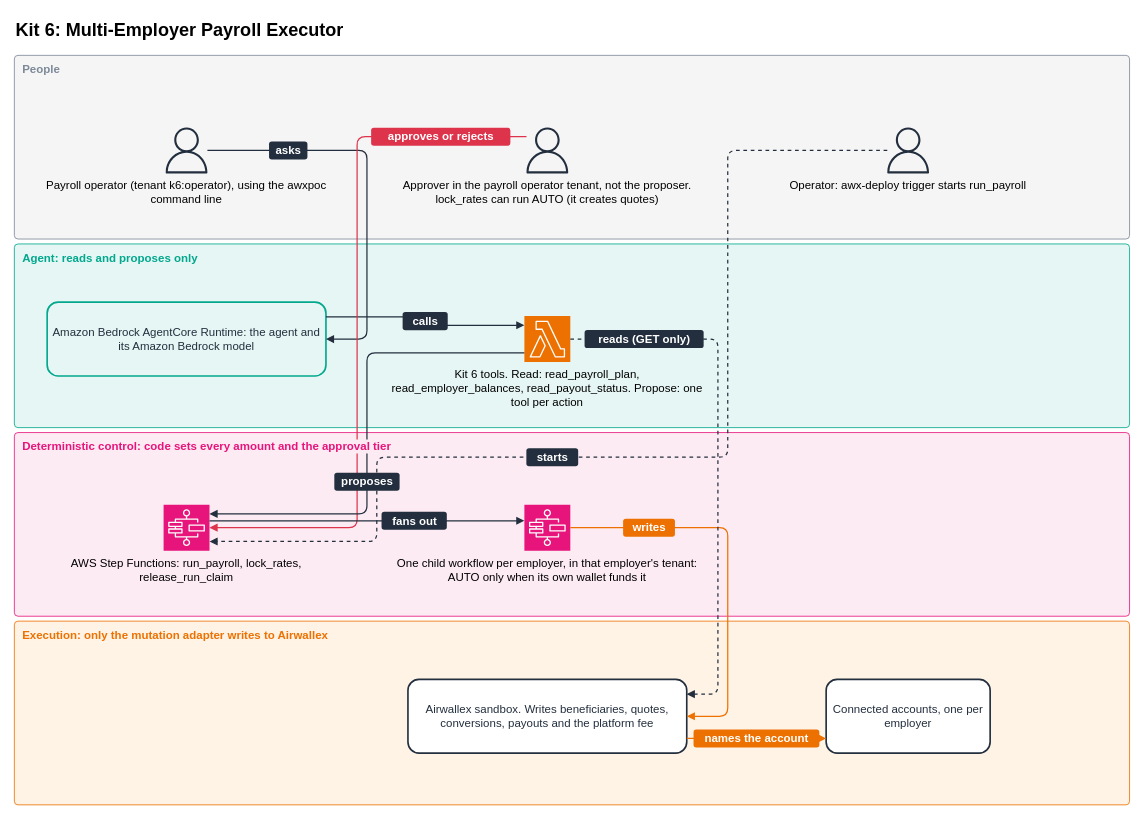
Before: docs/architecture/overview/k6_payroll.drawio in awx-devx/airwallex-agentic-banking-aws, a draw.io diagram. Source tidied: cells renumbered, new cells numbered last; positions are measured from the earlier drawing's top-left corner, leaving out a move shared by most shapes. Both pictures are drawn from the tidied source at 82%, with x=0, y=0 at pixel (14, 14).
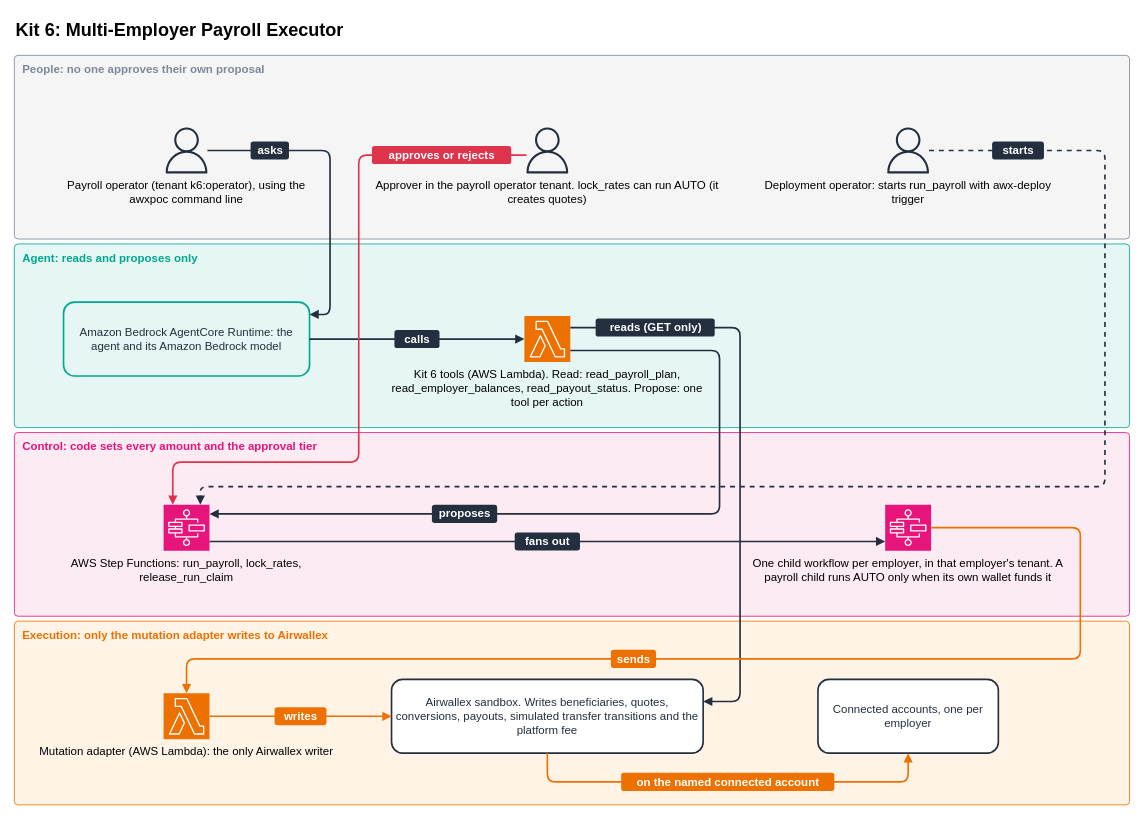
The same diagram, later.

Unchanged cells that the change refers to:
```xml
<mxCell id="7" style="sketch=0;outlineConnect=0;fontColor=#232F3E;fillColor=#232F3E;strokeColor=none;dashed=0;html=1;shape=mxgraph.aws4.user;" parent="1" vertex="1">
  <mxGeometry x="182" y="138" width="56" height="56" as="geometry" />
</mxCell>
<mxCell id="9" style="sketch=0;outlineConnect=0;fontColor=#232F3E;fillColor=#232F3E;strokeColor=none;dashed=0;html=1;shape=mxgraph.aws4.user;" parent="1" vertex="1">
  <mxGeometry x="622" y="138" width="56" height="56" as="geometry" />
</mxCell>
<mxCell id="12" style="sketch=0;outlineConnect=0;fontColor=#232F3E;fillColor=#ED7100;strokeColor=#ffffff;dashed=0;html=1;shape=mxgraph.aws4.resourceIcon;resIcon=mxgraph.aws4.lambda;" parent="1" vertex="1">
  <mxGeometry x="622" y="368" width="56" height="56" as="geometry" />
</mxCell>
<mxCell id="14" style="sketch=0;outlineConnect=0;fontColor=#232F3E;fillColor=#E7157B;strokeColor=#ffffff;dashed=0;html=1;shape=mxgraph.aws4.resourceIcon;resIcon=mxgraph.aws4.step_functions;" parent="1" vertex="1">
  <mxGeometry x="182" y="598" width="56" height="56" as="geometry" />
</mxCell>
```

The edit, as a diff of the source:
```diff
@@
     <mxCell id="8" value="Payroll operator (tenant k6:operator), using the awxpoc command line" style="text;html=1;whiteSpace=wrap;verticalAlign=top;align=left;fontSize=11;align=center;verticalAlign=top;spacing=0;fontSize=14;" parent="1" vertex="1">
-      <mxGeometry x="20" y="196" width="380" height="62" as="geometry" />
+      <mxGeometry x="50" y="196" width="320" height="62" as="geometry" />
     </mxCell>
@@
-    <mxCell id="10" value="Approver in the payroll operator tenant, not the proposer. lock_rates can run AUTO (it creates quotes)" style="text;html=1;whiteSpace=wrap;verticalAlign=top;align=left;fontSize=11;align=center;verticalAlign=top;spacing=0;fontSize=14;" parent="1" vertex="1">
-      <mxGeometry x="460" y="196" width="380" height="62" as="geometry" />
+    <mxCell id="10" value="Approver in the payroll operator tenant. lock_rates can run AUTO (it creates quotes)" style="text;html=1;whiteSpace=wrap;verticalAlign=top;align=left;fontSize=11;align=center;verticalAlign=top;spacing=0;fontSize=14;" parent="1" vertex="1">
+      <mxGeometry x="440" y="196" width="420" height="62" as="geometry" />
     </mxCell>
     <mxCell id="11" value="Amazon Bedrock AgentCore Runtime: the agent and its Amazon Bedrock model" style="rounded=1;whiteSpace=wrap;html=1;fillColor=#E6F6F4;strokeColor=#01A88D;strokeWidth=2;fontSize=14;fontColor=#232F3E;spacing=4;" parent="1" vertex="1">
-      <mxGeometry x="40" y="351" width="340" height="90" as="geometry" />
+      <mxGeometry x="60" y="351" width="300" height="90" as="geometry" />
     </mxCell>
@@
-    <mxCell id="13" value="Kit 6 tools. Read: read_payroll_plan, read_employer_balances, read_payout_status. Propose: one tool per action" style="text;html=1;whiteSpace=wrap;verticalAlign=top;align=left;fontSize=11;align=center;verticalAlign=top;spacing=0;fontSize=14;" parent="1" vertex="1">
+    <mxCell id="13" value="Kit 6 tools (AWS Lambda). Read: read_payroll_plan, read_employer_balances, read_payout_status. Propose: one tool per action" style="text;html=1;whiteSpace=wrap;verticalAlign=top;align=left;fontSize=11;align=center;verticalAlign=top;spacing=0;fontSize=14;" parent="1" vertex="1">
       <mxGeometry x="460" y="426" width="380" height="62" as="geometry" />
     </mxCell>
@@
-    <mxCell id="16" value="Airwallex sandbox. Writes beneficiaries, quotes, conversions, payouts and the platform fee" style="rounded=1;whiteSpace=wrap;html=1;fillColor=#FFFFFF;strokeColor=#232F3E;strokeWidth=2;fontSize=14;fontColor=#232F3E;spacing=4;" parent="1" vertex="1">
-      <mxGeometry x="480" y="811" width="340" height="90" as="geometry" />
+    <mxCell id="16" style="sketch=0;outlineConnect=0;fontColor=#232F3E;fillColor=#ED7100;strokeColor=#ffffff;dashed=0;html=1;shape=mxgraph.aws4.resourceIcon;resIcon=mxgraph.aws4.lambda;" parent="1" vertex="1">
+      <mxGeometry x="182" y="828" width="56" height="56" as="geometry" />
     </mxCell>
+    <mxCell id="44" value="Mutation adapter (AWS Lambda): the only Airwallex writer" style="text;html=1;whiteSpace=wrap;verticalAlign=top;align=left;fontSize=11;align=center;verticalAlign=top;spacing=0;fontSize=14;" parent="1" vertex="1">
+      <mxGeometry x="20" y="886" width="380" height="62" as="geometry" />
+    </mxCell>
+    <mxCell id="18" value="Airwallex sandbox. Writes beneficiaries, quotes, conversions, payouts, simulated transfer transitions and the platform fee" style="rounded=1;whiteSpace=wrap;html=1;fillColor=#FFFFFF;strokeColor=#232F3E;strokeWidth=2;fontSize=14;fontColor=#232F3E;spacing=4;" parent="1" vertex="1">
+      <mxGeometry x="460" y="811" width="380" height="90" as="geometry" />
+    </mxCell>
     <mxCell id="17" value="Connected accounts, one per employer" style="rounded=1;whiteSpace=wrap;html=1;fillColor=#FFFFFF;strokeColor=#232F3E;strokeWidth=2;fontSize=14;fontColor=#232F3E;spacing=4;" parent="1" vertex="1">
-      <mxGeometry x="990" y="811" width="200" height="90" as="geometry" />
+      <mxGeometry x="980" y="811" width="220" height="90" as="geometry" />
     </mxCell>
-    <mxCell id="18" style="sketch=0;outlineConnect=0;fontColor=#232F3E;fillColor=#232F3E;strokeColor=none;dashed=0;html=1;shape=mxgraph.aws4.user;" parent="1" vertex="1">
-      <mxGeometry x="1062" y="138" width="56" height="56" as="geometry" />
-    </mxCell>
-    <mxCell id="19" value="Operator: awx-deploy trigger starts run_payroll" style="text;html=1;whiteSpace=wrap;verticalAlign=top;align=left;fontSize=11;align=center;verticalAlign=top;spacing=0;fontSize=14;" parent="1" vertex="1">
-      <mxGeometry x="900" y="196" width="380" height="62" as="geometry" />
-    </mxCell>
-    <mxCell id="20" style="sketch=0;outlineConnect=0;fontColor=#232F3E;fillColor=#E7157B;strokeColor=#ffffff;dashed=0;html=1;shape=mxgraph.aws4.resourceIcon;resIcon=mxgraph.aws4.step_functions;" parent="1" vertex="1">
-      <mxGeometry x="622" y="598" width="56" height="56" as="geometry" />
+    <mxCell id="20" style="sketch=0;outlineConnect=0;fontColor=#232F3E;fillColor=#232F3E;strokeColor=none;dashed=0;html=1;shape=mxgraph.aws4.user;" parent="1" vertex="1">
+      <mxGeometry x="1062" y="138" width="56" height="56" as="geometry" />
     </mxCell>
-    <mxCell id="21" value="One child workflow per employer, in that employer's tenant: AUTO only when its own wallet funds it" style="text;html=1;whiteSpace=wrap;verticalAlign=top;align=left;fontSize=11;align=center;verticalAlign=top;spacing=0;fontSize=14;" parent="1" vertex="1">
-      <mxGeometry x="460" y="656" width="380" height="62" as="geometry" />
+    <mxCell id="21" value="Deployment operator: starts run_payroll with awx-deploy trigger" style="text;html=1;whiteSpace=wrap;verticalAlign=top;align=left;fontSize=11;align=center;verticalAlign=top;spacing=0;fontSize=14;" parent="1" vertex="1">
+      <mxGeometry x="900" y="196" width="380" height="62" as="geometry" />
     </mxCell>
-    <mxCell id="22" style="edgeStyle=orthogonalEdgeStyle;rounded=1;html=1;endArrow=block;endFill=1;strokeWidth=1.5;strokeColor=#232F3E;exitX=1;exitY=0.5;entryX=1;entryY=0.5;exitDx=0;exitDy=0;entryDx=0;entryDy=0;" parent="1" edge="1" source="7" target="11">
-      <mxGeometry relative="1" as="geometry">
-        <Array as="points">
-          <mxPoint x="430" y="166" />
-          <mxPoint x="430" y="396" />
-        </Array>
-      </mxGeometry>
-    </mxCell>
-    <mxCell id="23" style="edgeStyle=orthogonalEdgeStyle;rounded=1;html=1;endArrow=block;endFill=1;strokeWidth=1.5;strokeColor=#232F3E;exitX=1;exitY=0.2;entryX=0;entryY=0.2;exitDx=0;exitDy=0;entryDx=0;entryDy=0;" parent="1" edge="1" source="11" target="12">
-      <mxGeometry relative="1" as="geometry" />
-    </mxCell>
+    <mxCell id="45" style="sketch=0;outlineConnect=0;fontColor=#232F3E;fillColor=#E7157B;strokeColor=#ffffff;dashed=0;html=1;shape=mxgraph.aws4.resourceIcon;resIcon=mxgraph.aws4.step_functions;" parent="1" vertex="1">
+      <mxGeometry x="1062" y="598" width="56" height="56" as="geometry" />
+    </mxCell>
+    <mxCell id="46" value="One child workflow per employer, in that employer's tenant. A payroll child runs AUTO only when its own wallet funds it" style="text;html=1;whiteSpace=wrap;verticalAlign=top;align=left;fontSize=11;align=center;verticalAlign=top;spacing=0;fontSize=14;" parent="1" vertex="1">
+      <mxGeometry x="900" y="656" width="380" height="62" as="geometry" />
+    </mxCell>
-    <mxCell id="24" style="edgeStyle=orthogonalEdgeStyle;rounded=1;html=1;endArrow=block;endFill=1;strokeWidth=1.5;strokeColor=#DD344C;exitX=0;exitY=0.2;entryX=1;entryY=0.5;exitDx=0;exitDy=0;entryDx=0;entryDy=0;" parent="1" edge="1" source="9" target="14">
+    <mxCell id="24" style="edgeStyle=orthogonalEdgeStyle;rounded=1;html=1;endArrow=block;endFill=1;strokeWidth=2;strokeColor=#232F3E;exitX=1;exitY=0.5;entryX=1;entryY=0.16666666666666666;exitDx=0;exitDy=0;entryDx=0;entryDy=0;" parent="1" edge="1" source="7" target="11">
       <mxGeometry relative="1" as="geometry">
         <Array as="points">
-          <mxPoint x="418" y="149.2" />
-          <mxPoint x="418" y="626" />
+          <mxPoint x="385" y="166" />
+          <mxPoint x="385" y="366" />
         </Array>
       </mxGeometry>
     </mxCell>
-    <mxCell id="25" style="edgeStyle=orthogonalEdgeStyle;rounded=1;html=1;endArrow=block;endFill=1;strokeWidth=1.5;strokeColor=#232F3E;exitX=0;exitY=0.8;entryX=1;entryY=0.2;exitDx=0;exitDy=0;entryDx=0;entryDy=0;" parent="1" edge="1" source="12" target="14">
-      <mxGeometry relative="1" as="geometry">
-        <Array as="points">
-          <mxPoint x="430" y="412.8" />
-          <mxPoint x="430" y="609.2" />
-        </Array>
-      </mxGeometry>
+    <mxCell id="25" style="edgeStyle=orthogonalEdgeStyle;rounded=1;html=1;endArrow=block;endFill=1;strokeWidth=2;strokeColor=#232F3E;exitX=1;exitY=0.5;entryX=0;entryY=0.5;exitDx=0;exitDy=0;entryDx=0;entryDy=0;" parent="1" edge="1" source="11" target="12">
+      <mxGeometry relative="1" as="geometry" />
     </mxCell>
-    <mxCell id="26" style="edgeStyle=orthogonalEdgeStyle;rounded=1;html=1;endArrow=block;endFill=1;strokeWidth=1.5;strokeColor=#232F3E;exitX=0;exitY=0.5;entryX=1;entryY=0.8;exitDx=0;exitDy=0;entryDx=0;entryDy=0;dashed=1;" parent="1" edge="1" source="18" target="14">
+    <mxCell id="26" style="edgeStyle=orthogonalEdgeStyle;rounded=1;html=1;endArrow=block;endFill=1;strokeWidth=2;strokeColor=#DD344C;exitX=0;exitY=0.6;entryX=0.2;entryY=0;exitDx=0;exitDy=0;entryDx=0;entryDy=0;" parent="1" edge="1" source="9" target="14">
       <mxGeometry relative="1" as="geometry">
         <Array as="points">
-          <mxPoint x="870" y="166" />
-          <mxPoint x="870" y="540" />
-          <mxPoint x="442" y="540" />
-          <mxPoint x="442" y="642.8" />
+          <mxPoint x="420" y="171.6" />
+          <mxPoint x="420" y="546" />
+          <mxPoint x="193.2" y="546" />
         </Array>
       </mxGeometry>
     </mxCell>
-    <mxCell id="27" style="edgeStyle=orthogonalEdgeStyle;rounded=1;html=1;endArrow=block;endFill=1;strokeWidth=1.5;strokeColor=#232F3E;exitX=1;exitY=0.35;entryX=0;entryY=0.35;exitDx=0;exitDy=0;entryDx=0;entryDy=0;" parent="1" edge="1" source="14" target="20">
-      <mxGeometry relative="1" as="geometry" />
+    <mxCell id="27" style="edgeStyle=orthogonalEdgeStyle;rounded=1;html=1;endArrow=block;endFill=1;strokeWidth=2;strokeColor=#232F3E;exitX=1;exitY=0.75;entryX=1;entryY=0.2;exitDx=0;exitDy=0;entryDx=0;entryDy=0;" parent="1" edge="1" source="12" target="14">
+      <mxGeometry relative="1" as="geometry">
+        <Array as="points">
+          <mxPoint x="860" y="410" />
+          <mxPoint x="860" y="609.2" />
+        </Array>
+      </mxGeometry>
     </mxCell>
-    <mxCell id="28" style="edgeStyle=orthogonalEdgeStyle;rounded=1;html=1;endArrow=block;endFill=1;strokeWidth=1.5;strokeColor=#ED7100;exitX=1;exitY=0.5;entryX=1;entryY=0.5;exitDx=0;exitDy=0;entryDx=0;entryDy=0;" parent="1" edge="1" source="20" target="16">
+    <mxCell id="28" style="edgeStyle=orthogonalEdgeStyle;rounded=1;html=1;endArrow=block;endFill=1;strokeWidth=2;strokeColor=#232F3E;exitX=1;exitY=0.25;entryX=1;entryY=0.3;exitDx=0;exitDy=0;entryDx=0;entryDy=0;" parent="1" edge="1" source="12" target="18">
       <mxGeometry relative="1" as="geometry">
         <Array as="points">
-          <mxPoint x="870" y="626" />
-          <mxPoint x="870" y="856" />
+          <mxPoint x="885" y="382" />
+          <mxPoint x="885" y="838" />
         </Array>
       </mxGeometry>
     </mxCell>
-    <mxCell id="29" style="edgeStyle=orthogonalEdgeStyle;rounded=1;html=1;endArrow=block;endFill=1;strokeWidth=1.5;strokeColor=#232F3E;exitX=1;exitY=0.5;entryX=1;entryY=0.2;exitDx=0;exitDy=0;entryDx=0;entryDy=0;dashed=1;" parent="1" edge="1" source="12" target="16">
+    <mxCell id="29" style="edgeStyle=orthogonalEdgeStyle;rounded=1;html=1;endArrow=block;endFill=1;strokeWidth=2;strokeColor=#232F3E;exitX=1;exitY=0.5;entryX=0.8;entryY=0;exitDx=0;exitDy=0;entryDx=0;entryDy=0;dashed=1;" parent="1" edge="1" source="20" target="14">
       <mxGeometry relative="1" as="geometry">
         <Array as="points">
-          <mxPoint x="858" y="396" />
-          <mxPoint x="858" y="829" />
+          <mxPoint x="1330" y="166" />
+          <mxPoint x="1330" y="576" />
+          <mxPoint x="226.8" y="576" />
         </Array>
       </mxGeometry>
     </mxCell>
-    <mxCell id="30" style="edgeStyle=orthogonalEdgeStyle;rounded=1;html=1;endArrow=block;endFill=1;strokeWidth=1.5;strokeColor=#ED7100;exitX=1;exitY=0.8;entryX=0;entryY=0.8;exitDx=0;exitDy=0;entryDx=0;entryDy=0;" parent="1" edge="1" source="16" target="17">
+    <mxCell id="30" style="edgeStyle=orthogonalEdgeStyle;rounded=1;html=1;endArrow=block;endFill=1;strokeWidth=2;strokeColor=#232F3E;exitX=1;exitY=0.8;entryX=0;entryY=0.8;exitDx=0;exitDy=0;entryDx=0;entryDy=0;" parent="1" edge="1" source="14" target="45">
       <mxGeometry relative="1" as="geometry" />
     </mxCell>
-    <mxCell id="31" value="People" style="text;html=1;whiteSpace=wrap;verticalAlign=top;align=left;fontSize=11;fontSize=14;fontStyle=1;fontColor=#7D8998;whiteSpace=nowrap;labelBackgroundColor=#F5F5F5;" parent="1" vertex="1">
-      <mxGeometry x="8" y="52" width="760" height="22" as="geometry" />
-    </mxCell>
+    <mxCell id="47" style="edgeStyle=orthogonalEdgeStyle;rounded=1;html=1;endArrow=block;endFill=1;strokeWidth=2;strokeColor=#ED7100;exitX=1;exitY=0.5;entryX=0.5;entryY=0;exitDx=0;exitDy=0;entryDx=0;entryDy=0;" parent="1" edge="1" source="45" target="16">
+      <mxGeometry relative="1" as="geometry">
+        <Array as="points">
+          <mxPoint x="1300" y="626" />
+          <mxPoint x="1300" y="786" />
+          <mxPoint x="210" y="786" />
+        </Array>
+      </mxGeometry>
+    </mxCell>
+    <mxCell id="48" style="edgeStyle=orthogonalEdgeStyle;rounded=1;html=1;endArrow=block;endFill=1;strokeWidth=2;strokeColor=#ED7100;exitX=1;exitY=0.5;entryX=0;entryY=0.5;exitDx=0;exitDy=0;entryDx=0;entryDy=0;" parent="1" edge="1" source="16" target="18">
+      <mxGeometry relative="1" as="geometry" />
+    </mxCell>
+    <mxCell id="49" style="edgeStyle=orthogonalEdgeStyle;rounded=1;html=1;endArrow=block;endFill=1;strokeWidth=2;strokeColor=#ED7100;exitX=0.5;exitY=1;entryX=0.5;entryY=1;exitDx=0;exitDy=0;entryDx=0;entryDy=0;" parent="1" edge="1" source="18" target="17">
+      <mxGeometry relative="1" as="geometry">
+        <Array as="points">
+          <mxPoint x="650" y="936" />
+          <mxPoint x="1090" y="936" />
+        </Array>
+      </mxGeometry>
+    </mxCell>
+    <mxCell id="50" value="People: no one approves their own proposal" style="text;html=1;whiteSpace=wrap;verticalAlign=top;align=left;fontSize=11;fontSize=14;fontStyle=1;fontColor=#7D8998;whiteSpace=nowrap;labelBackgroundColor=#F5F5F5;" parent="1" vertex="1">
+      <mxGeometry x="8" y="52" width="760" height="22" as="geometry" />
+    </mxCell>
@@
-    <mxCell id="33" value="Deterministic control: code sets every amount and the approval tier" style="text;html=1;whiteSpace=wrap;verticalAlign=top;align=left;fontSize=11;fontSize=14;fontStyle=1;fontColor=#E7157B;whiteSpace=nowrap;labelBackgroundColor=#FDEBF3;" parent="1" vertex="1">
-      <mxGeometry x="8" y="512" width="760" height="22" as="geometry" />
-    </mxCell>
+    <mxCell id="51" value="Control: code sets every amount and the approval tier" style="text;html=1;whiteSpace=wrap;verticalAlign=top;align=left;fontSize=11;fontSize=14;fontStyle=1;fontColor=#E7157B;whiteSpace=nowrap;labelBackgroundColor=#FDEBF3;" parent="1" vertex="1">
+      <mxGeometry x="8" y="512" width="760" height="22" as="geometry" />
+    </mxCell>
@@
-    <mxCell id="35" value="asks" style="text;html=1;align=center;verticalAlign=middle;fontSize=14;fontStyle=1;fontColor=#FFFFFF;fillColor=#232F3E;strokeColor=none;rounded=1;" parent="1" vertex="1">
-      <mxGeometry x="310.6" y="155" width="46.8" height="22" as="geometry" />
-    </mxCell>
-    <mxCell id="36" value="calls" style="text;html=1;align=center;verticalAlign=middle;fontSize=14;fontStyle=1;fontColor=#FFFFFF;fillColor=#232F3E;strokeColor=none;rounded=1;" parent="1" vertex="1">
-      <mxGeometry x="473.5" y="363.1" width="55" height="22" as="geometry" />
-    </mxCell>
-    <mxCell id="37" value="approves or rejects" style="text;html=1;align=center;verticalAlign=middle;fontSize=14;fontStyle=1;fontColor=#FFFFFF;fillColor=#DD344C;strokeColor=none;rounded=1;" parent="1" vertex="1">
-      <mxGeometry x="435.1" y="138.2" width="169.8" height="22" as="geometry" />
-    </mxCell>
-    <mxCell id="38" value="proposes" style="text;html=1;align=center;verticalAlign=middle;fontSize=14;fontStyle=1;fontColor=#FFFFFF;fillColor=#232F3E;strokeColor=none;rounded=1;" parent="1" vertex="1">
-      <mxGeometry x="390.2" y="558.9" width="79.6" height="22" as="geometry" />
+    <mxCell id="38" value="asks" style="text;html=1;align=center;verticalAlign=middle;fontSize=14;fontStyle=1;fontColor=#FFFFFF;fillColor=#232F3E;strokeColor=none;rounded=1;" parent="1" vertex="1">
+      <mxGeometry x="288.1" y="155" width="46.8" height="22" as="geometry" />
     </mxCell>
-    <mxCell id="39" value="starts" style="text;html=1;align=center;verticalAlign=middle;fontSize=14;fontStyle=1;fontColor=#FFFFFF;fillColor=#232F3E;strokeColor=none;rounded=1;" parent="1" vertex="1">
-      <mxGeometry x="624.4" y="529" width="63.2" height="22" as="geometry" />
+    <mxCell id="39" value="calls" style="text;html=1;align=center;verticalAlign=middle;fontSize=14;fontStyle=1;fontColor=#FFFFFF;fillColor=#232F3E;strokeColor=none;rounded=1;" parent="1" vertex="1">
+      <mxGeometry x="463.5" y="385" width="55" height="22" as="geometry" />
     </mxCell>
-    <mxCell id="40" value="fans out" style="text;html=1;align=center;verticalAlign=middle;fontSize=14;fontStyle=1;fontColor=#FFFFFF;fillColor=#232F3E;strokeColor=none;rounded=1;" parent="1" vertex="1">
-      <mxGeometry x="447.8" y="606.6" width="79.6" height="22" as="geometry" />
+    <mxCell id="40" value="approves or rejects" style="text;html=1;align=center;verticalAlign=middle;fontSize=14;fontStyle=1;fontColor=#FFFFFF;fillColor=#DD344C;strokeColor=none;rounded=1;" parent="1" vertex="1">
+      <mxGeometry x="436.1" y="160.6" width="169.8" height="22" as="geometry" />
     </mxCell>
-    <mxCell id="41" value="writes" style="text;html=1;align=center;verticalAlign=middle;fontSize=14;fontStyle=1;fontColor=#FFFFFF;fillColor=#ED7100;strokeColor=none;rounded=1;" parent="1" vertex="1">
-      <mxGeometry x="742.4" y="615" width="63.2" height="22" as="geometry" />
+    <mxCell id="41" value="proposes" style="text;html=1;align=center;verticalAlign=middle;fontSize=14;fontStyle=1;fontColor=#FFFFFF;fillColor=#232F3E;strokeColor=none;rounded=1;" parent="1" vertex="1">
+      <mxGeometry x="509.2" y="598.2" width="79.6" height="22" as="geometry" />
     </mxCell>
     <mxCell id="42" value="reads (GET only)" style="text;html=1;align=center;verticalAlign=middle;fontSize=14;fontStyle=1;fontColor=#FFFFFF;fillColor=#232F3E;strokeColor=none;rounded=1;" parent="1" vertex="1">
-      <mxGeometry x="695.4" y="385" width="145.2" height="22" as="geometry" />
+      <mxGeometry x="708.9" y="371" width="145.2" height="22" as="geometry" />
     </mxCell>
-    <mxCell id="43" value="names the account" style="text;html=1;align=center;verticalAlign=middle;fontSize=14;fontStyle=1;fontColor=#FFFFFF;fillColor=#ED7100;strokeColor=none;rounded=1;" parent="1" vertex="1">
-      <mxGeometry x="828.3" y="872" width="153.4" height="22" as="geometry" />
+    <mxCell id="43" value="starts" style="text;html=1;align=center;verticalAlign=middle;fontSize=14;fontStyle=1;fontColor=#FFFFFF;fillColor=#232F3E;strokeColor=none;rounded=1;" parent="1" vertex="1">
+      <mxGeometry x="1192.4" y="155" width="63.2" height="22" as="geometry" />
     </mxCell>
+    <mxCell id="52" value="fans out" style="text;html=1;align=center;verticalAlign=middle;fontSize=14;fontStyle=1;fontColor=#FFFFFF;fillColor=#232F3E;strokeColor=none;rounded=1;" parent="1" vertex="1">
+      <mxGeometry x="610.2" y="631.8" width="79.6" height="22" as="geometry" />
+    </mxCell>
+    <mxCell id="53" value="sends" style="text;html=1;align=center;verticalAlign=middle;fontSize=14;fontStyle=1;fontColor=#FFFFFF;fillColor=#ED7100;strokeColor=none;rounded=1;" parent="1" vertex="1">
+      <mxGeometry x="727.5" y="775" width="55" height="22" as="geometry" />
+    </mxCell>
+    <mxCell id="54" value="writes" style="text;html=1;align=center;verticalAlign=middle;fontSize=14;fontStyle=1;fontColor=#FFFFFF;fillColor=#ED7100;strokeColor=none;rounded=1;" parent="1" vertex="1">
+      <mxGeometry x="317.4" y="845" width="63.2" height="22" as="geometry" />
+    </mxCell>
+    <mxCell id="55" value="on the named connected account" style="text;html=1;align=center;verticalAlign=middle;fontSize=14;fontStyle=1;fontColor=#FFFFFF;fillColor=#ED7100;strokeColor=none;rounded=1;" parent="1" vertex="1">
+      <mxGeometry x="740" y="925" width="260" height="22" as="geometry" />
+    </mxCell>
```
